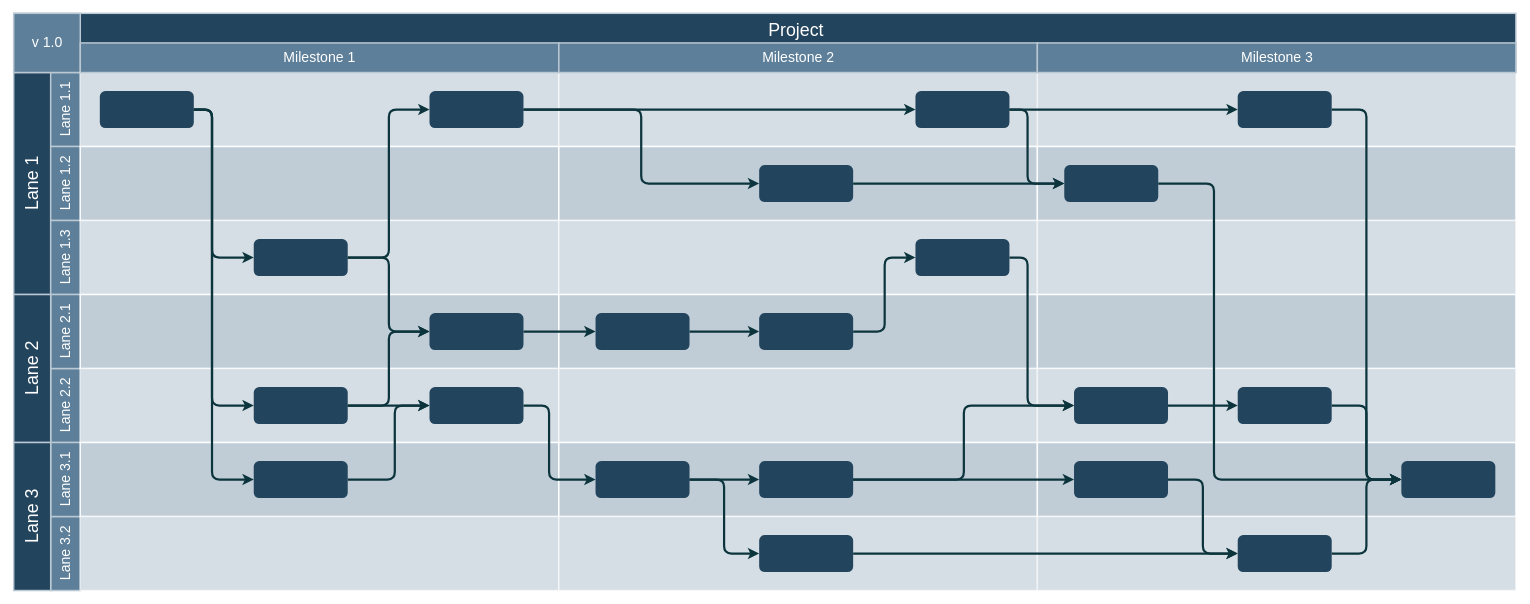
Before: OnboardingProcess_D365.drawio in maloadca/Notes, a draw.io diagram. Source tidied: cells renumbered, new cells numbered last; positions are measured from the earlier drawing's top-left corner, leaving out a move shared by most shapes. Both pictures are drawn from the tidied source at 74%, with x=0, y=0 at pixel (13, 13).
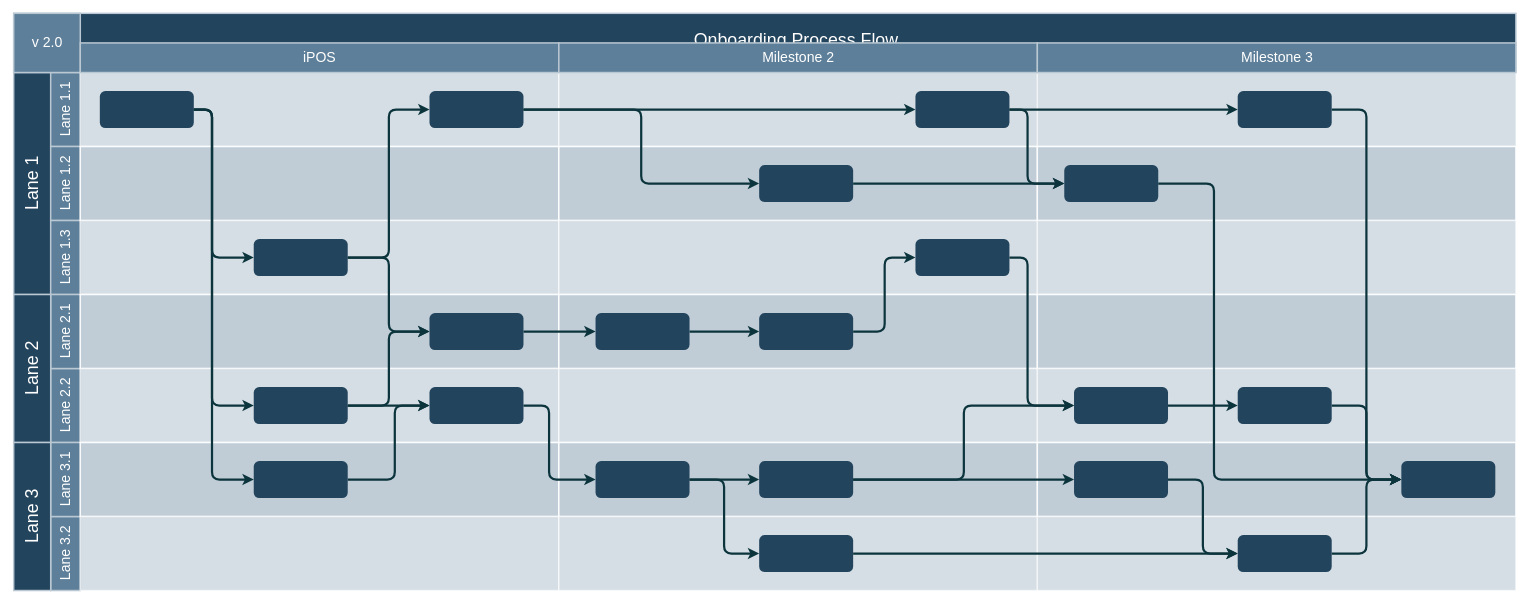
After the change.

The change refers to these unchanged cells:
```xml
<mxCell id="86" style="group;" parent="1" vertex="1">
  <mxGeometry x="90" y="40.5" width="646.7" height="40" as="geometry" />
</mxCell>
```

The edit, as a diff of the source:
```diff
@@
-    <mxCell id="2" value="Project&#10;" style="strokeColor=#BAC8D3;fillColor=#23445D;fontSize=24;strokeWidth=2;fontFamily=Helvetica;html=1;fontColor=#FFFFFF;fontStyle=0;spacingBottom=8;spacingRight=0;spacingLeft=83;" parent="1" vertex="1">
+    <mxCell id="2" value="Onboarding Process Flow&lt;br&gt;" style="strokeColor=#BAC8D3;fillColor=#23445D;fontSize=24;strokeWidth=2;fontFamily=Helvetica;html=1;fontColor=#FFFFFF;fontStyle=0;spacingBottom=8;spacingRight=0;spacingLeft=83;" parent="1" vertex="1">
       <mxGeometry y="0.5" width="2030" height="80" as="geometry" />
     </mxCell>
@@
-    <mxCell id="5" value="v 1.0" style="strokeColor=#BAC8D3;fillColor=#5d7f99;fontSize=19;strokeWidth=2;fontFamily=Helvetica;html=1;labelBackgroundColor=none;fontColor=#FFFFFF;" parent="1" vertex="1">
+    <mxCell id="5" value="v 2.0" style="strokeColor=#BAC8D3;fillColor=#5d7f99;fontSize=19;strokeWidth=2;fontFamily=Helvetica;html=1;labelBackgroundColor=none;fontColor=#FFFFFF;" parent="1" vertex="1">
       <mxGeometry y="0.5" width="90" height="80" as="geometry" />
     </mxCell>
@@
-    <mxCell id="87" value="Milestone 1" style="strokeColor=#BAC8D3;fillColor=#5d7f99;fontSize=19;strokeWidth=2;fontFamily=Helvetica;html=1;labelBackgroundColor=none;fontColor=#FFFFFF;" parent="86" vertex="1">
+    <mxCell id="87" value="iPOS" style="strokeColor=#BAC8D3;fillColor=#5d7f99;fontSize=19;strokeWidth=2;fontFamily=Helvetica;html=1;labelBackgroundColor=none;fontColor=#FFFFFF;" parent="86" vertex="1">
       <mxGeometry width="646.7" height="40" as="geometry" />
     </mxCell>
```
